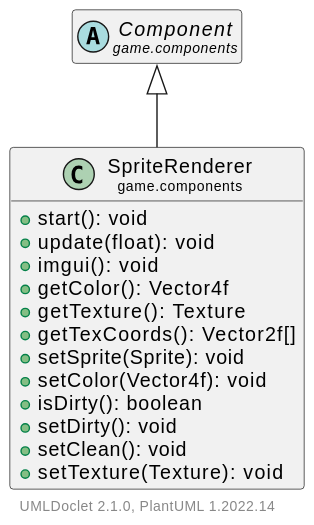
Before: doc/javadoc/game/components/SpriteRenderer.svg, a diagram exported from PlantUML (Hirschiii/JavaGameEngine).
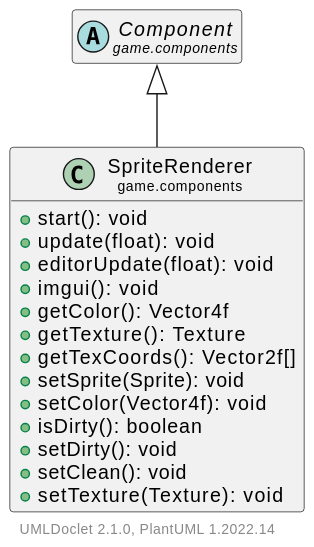
The same diagram one commit later.

What changed in the source:
```diff
@@ -6,6 +6,7 @@
     class "<size:14>SpriteRenderer\n<size:10>game.components" as game.components.SpriteRenderer [[SpriteRenderer.html]] {
         +start(): void
         +update(float): void
+        +editorUpdate(float): void
         +imgui(): void
         +getColor(): Vector4f
         +getTexture(): Texture
```
